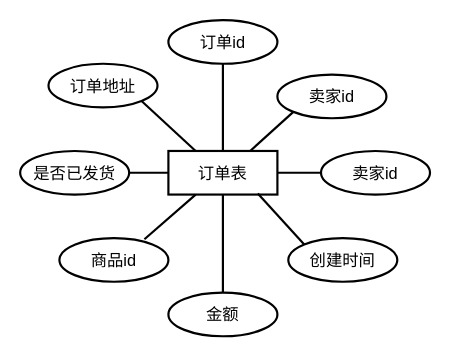
Above: 毕业设计-用户表ER图.drawio in srcrs/draw-static (draw.io), before the change. Source tidied: cells renumbered, new cells numbered last; positions are measured from the earlier drawing's top-left corner, leaving out a move shared by most shapes. Both pictures are drawn from the tidied source at 109%, with x=0, y=0 at pixel (20, 20).
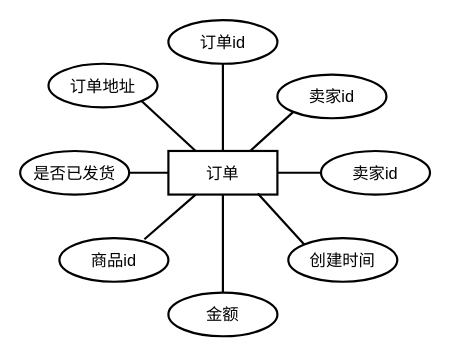
The same page after the edit.

Commit message (it also covers changes not shown here):
更新毕业设计-用户表ER图.drawio

Diff of the diagram source:
```diff
@@
 <mxGraphModel>
   <root>
     <mxCell id="0" />
     <mxCell id="1" parent="0" />
-    <mxCell id="2" value="订单表" style="whiteSpace=wrap;html=1;align=center;strokeWidth=2;fontSize=15;" parent="1" vertex="1">
+    <mxCell id="2" value="订单" style="whiteSpace=wrap;html=1;align=center;strokeWidth=2;fontSize=15;" parent="1" vertex="1">
       <mxGeometry x="136" y="120" width="100" height="40" as="geometry" />
     </mxCell>
     <mxCell id="3" value="金额" style="ellipse;whiteSpace=wrap;html=1;align=center;strokeWidth=2;fontSize=15;" parent="1" vertex="1">
       <mxGeometry x="136" y="250" width="100" height="40" as="geometry" />
     </mxCell>
     <mxCell id="4" value="创建时间" style="ellipse;whiteSpace=wrap;html=1;align=center;strokeWidth=2;fontSize=15;" parent="1" vertex="1">
       <mxGeometry x="246" y="200" width="100" height="40" as="geometry" />
     </mxCell>
     <mxCell id="5" value="商品id" style="ellipse;whiteSpace=wrap;html=1;align=center;strokeWidth=2;fontSize=15;" parent="1" vertex="1">
       <mxGeometry x="36" y="200" width="100" height="40" as="geometry" />
     </mxCell>
     <mxCell id="6" value="卖家id" style="ellipse;whiteSpace=wrap;html=1;align=center;strokeWidth=2;fontSize=15;" parent="1" vertex="1">
       <mxGeometry x="276" y="120" width="100" height="40" as="geometry" />
     </mxCell>
     <mxCell id="7" value="是否已发货" style="ellipse;whiteSpace=wrap;html=1;align=center;strokeWidth=2;fontSize=15;" parent="1" vertex="1">
       <mxGeometry y="120" width="100" height="40" as="geometry" />
     </mxCell>
     <mxCell id="8" value="订单地址" style="ellipse;whiteSpace=wrap;html=1;align=center;strokeWidth=2;fontSize=15;" parent="1" vertex="1">
       <mxGeometry x="26" y="40" width="100" height="40" as="geometry" />
     </mxCell>
     <mxCell id="9" value="订单id" style="ellipse;whiteSpace=wrap;html=1;align=center;strokeWidth=2;fontSize=15;" parent="1" vertex="1">
       <mxGeometry x="136" width="100" height="40" as="geometry" />
     </mxCell>
     <mxCell id="10" value="卖家id" style="ellipse;whiteSpace=wrap;html=1;align=center;strokeWidth=2;fontSize=15;" parent="1" vertex="1">
       <mxGeometry x="236" y="50" width="100" height="40" as="geometry" />
     </mxCell>
     <mxCell id="11" style="endArrow=none;html=1;rounded=0;fontSize=15;strokeWidth=2;entryX=0.5;entryY=1;entryDx=0;entryDy=0;" parent="1" edge="1" source="3" target="2">
       <mxGeometry relative="1" as="geometry" />
     </mxCell>
     <mxCell id="12" style="endArrow=none;html=1;rounded=0;fontSize=15;strokeWidth=2;entryX=0.25;entryY=1;entryDx=0;entryDy=0;exitX=0.78;exitY=0.025;exitDx=0;exitDy=0;exitPerimeter=0;" parent="1" edge="1" source="5" target="2">
       <mxGeometry relative="1" as="geometry" />
     </mxCell>
     <mxCell id="13" style="endArrow=none;html=1;rounded=0;fontSize=15;strokeWidth=2;entryX=1;entryY=0.5;entryDx=0;entryDy=0;exitX=0;exitY=0.5;exitDx=0;exitDy=0;" parent="1" edge="1" source="2" target="7">
       <mxGeometry relative="1" as="geometry" />
     </mxCell>
     <mxCell id="14" style="endArrow=none;html=1;rounded=0;fontSize=15;strokeWidth=2;entryX=1;entryY=1;entryDx=0;entryDy=0;exitX=0.25;exitY=0;exitDx=0;exitDy=0;" parent="1" edge="1" source="2" target="8">
       <mxGeometry relative="1" as="geometry" />
     </mxCell>
     <mxCell id="15" style="endArrow=none;html=1;rounded=0;fontSize=15;strokeWidth=2;entryX=0.5;entryY=1;entryDx=0;entryDy=0;" parent="1" edge="1" source="2" target="9">
       <mxGeometry relative="1" as="geometry" />
     </mxCell>
     <mxCell id="16" style="endArrow=none;html=1;rounded=0;fontSize=15;strokeWidth=2;entryX=0.75;entryY=0;entryDx=0;entryDy=0;exitX=0;exitY=1;exitDx=0;exitDy=0;" parent="1" edge="1" source="10" target="2">
       <mxGeometry relative="1" as="geometry" />
     </mxCell>
     <mxCell id="17" style="endArrow=none;html=1;rounded=0;fontSize=15;strokeWidth=2;entryX=1;entryY=0.5;entryDx=0;entryDy=0;exitX=0;exitY=0.5;exitDx=0;exitDy=0;" parent="1" edge="1" source="6" target="2">
       <mxGeometry relative="1" as="geometry" />
     </mxCell>
     <mxCell id="18" style="endArrow=none;html=1;rounded=0;fontSize=15;strokeWidth=2;entryX=0.82;entryY=0.975;entryDx=0;entryDy=0;exitX=0;exitY=0;exitDx=0;exitDy=0;entryPerimeter=0;" parent="1" edge="1" source="4" target="2">
       <mxGeometry relative="1" as="geometry" />
     </mxCell>
   </root>
 </mxGraphModel>
```
